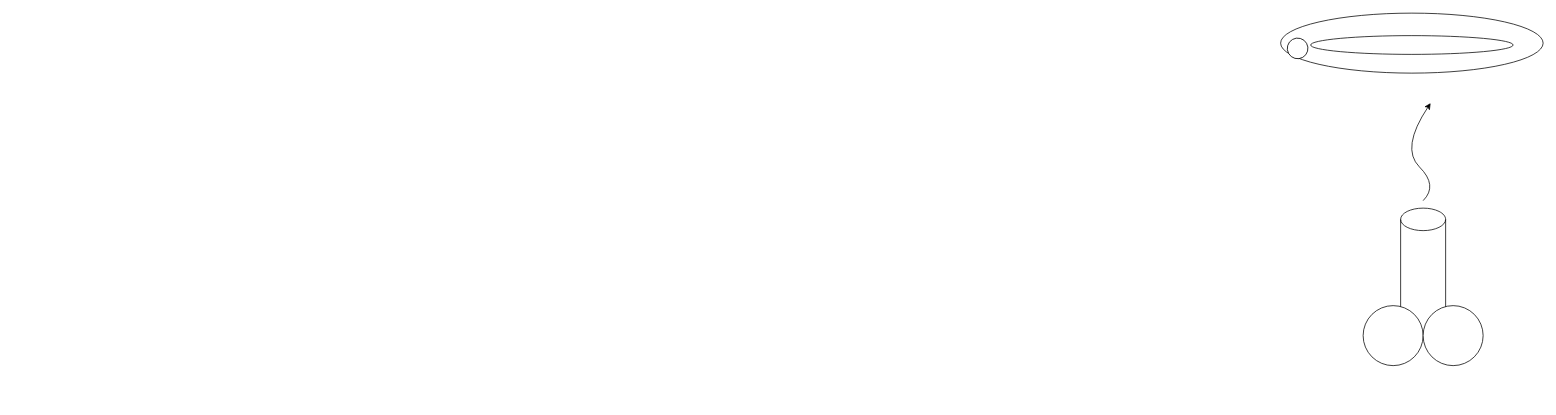
The draw.io diagram LDAP Diagram.drawio in JKDC20/LDAP, before the edit. Source tidied: cells renumbered, new cells numbered last; positions are measured from the earlier drawing's top-left corner, leaving out a move shared by most shapes. Both pictures are drawn from the tidied source at 75%, with x=0, y=0 at pixel (1280, 13).
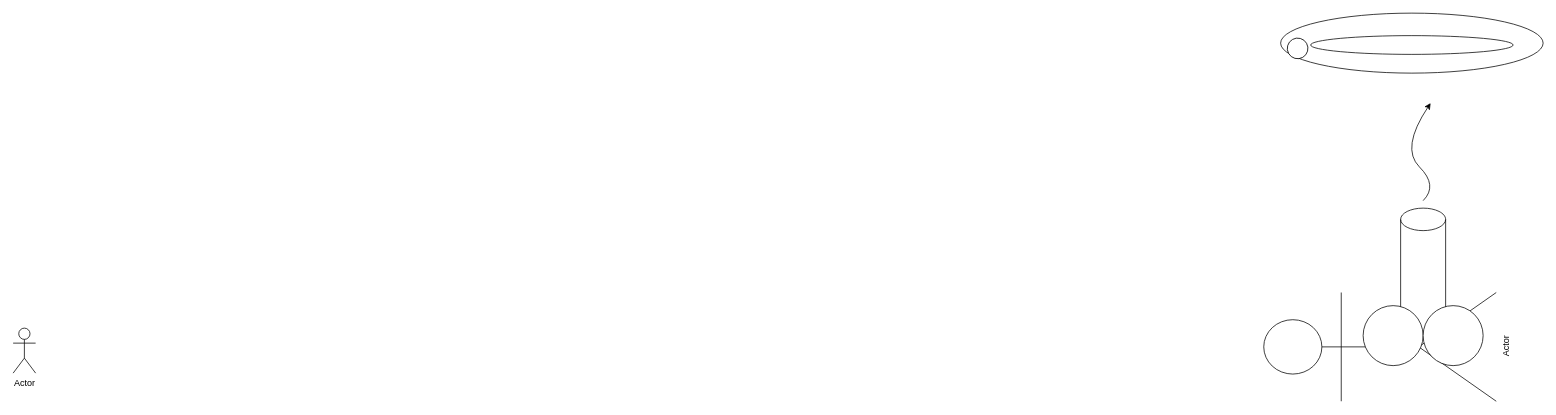
The same diagram, later.

What changed in the source:
```diff
@@
 <mxGraphModel>
   <root>
     <mxCell id="0" />
     <mxCell id="1" parent="0" />
+    <mxCell id="9" value="Actor" style="shape=umlActor;verticalLabelPosition=bottom;verticalAlign=top;html=1;rotation=-90;" parent="1" vertex="1">
+      <mxGeometry x="60" y="290" width="145" height="310" as="geometry" />
+    </mxCell>
     <mxCell id="2" style="shape=cylinder3;whiteSpace=wrap;html=1;boundedLbl=1;backgroundOutline=1;size=15;" parent="1" vertex="1">
       <mxGeometry x="160" y="260" width="60" height="170" as="geometry" />
     </mxCell>
     <mxCell id="3" style="ellipse;whiteSpace=wrap;html=1;" parent="1" vertex="1">
       <mxGeometry x="110" y="390" width="80" height="80" as="geometry" />
     </mxCell>
     <mxCell id="4" style="ellipse;whiteSpace=wrap;html=1;" parent="1" vertex="1">
       <mxGeometry x="190" y="390" width="80" height="80" as="geometry" />
     </mxCell>
     <mxCell id="5" style="curved=1;endArrow=classic;html=1;rounded=0;" parent="1" edge="1">
       <mxGeometry relative="1" as="geometry">
         <mxPoint x="190" y="250" as="sourcePoint" />
         <mxPoint x="200" y="120" as="targetPoint" />
         <Array as="points">
           <mxPoint x="210" y="230" />
           <mxPoint x="160" y="180" />
         </Array>
       </mxGeometry>
     </mxCell>
     <mxCell id="6" style="ellipse;whiteSpace=wrap;html=1;" parent="1" vertex="1">
       <mxGeometry width="350" height="80" as="geometry" />
     </mxCell>
     <mxCell id="7" style="ellipse;whiteSpace=wrap;html=1;" parent="1" vertex="1">
       <mxGeometry x="40" y="30" width="270" height="25" as="geometry" />
     </mxCell>
     <mxCell id="8" style="ellipse;whiteSpace=wrap;html=1;rotation=15;" parent="1" vertex="1">
       <mxGeometry x="8.9" y="33.3" width="27.5" height="27.5" as="geometry" />
     </mxCell>
+    <mxCell id="10" value="Actor" style="shape=umlActor;verticalLabelPosition=bottom;verticalAlign=top;html=1;" parent="1" vertex="1">
+      <mxGeometry x="-1690" y="420" width="30" height="60" as="geometry" />
+    </mxCell>
   </root>
 </mxGraphModel>
```
